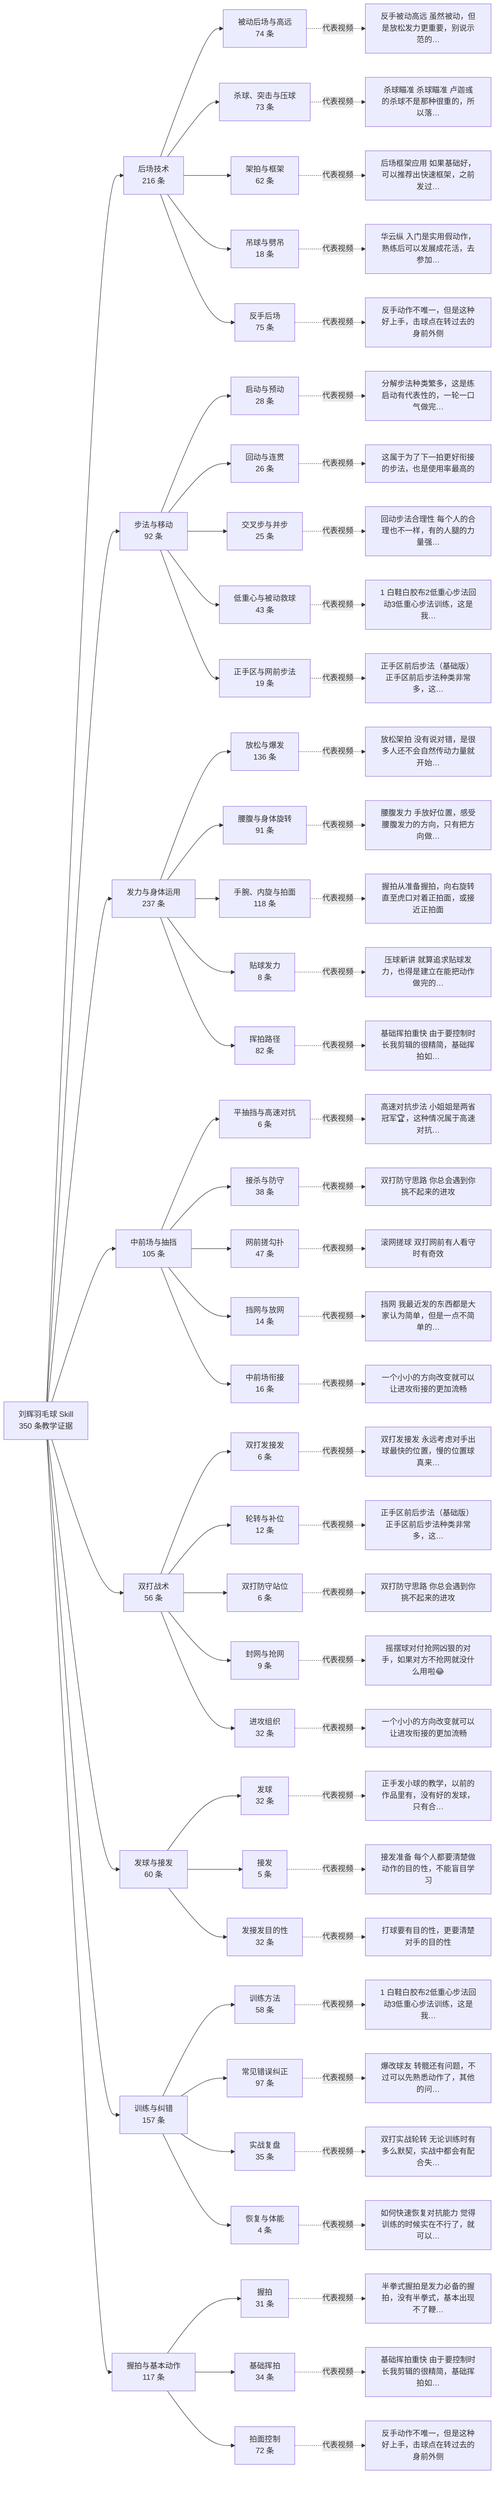
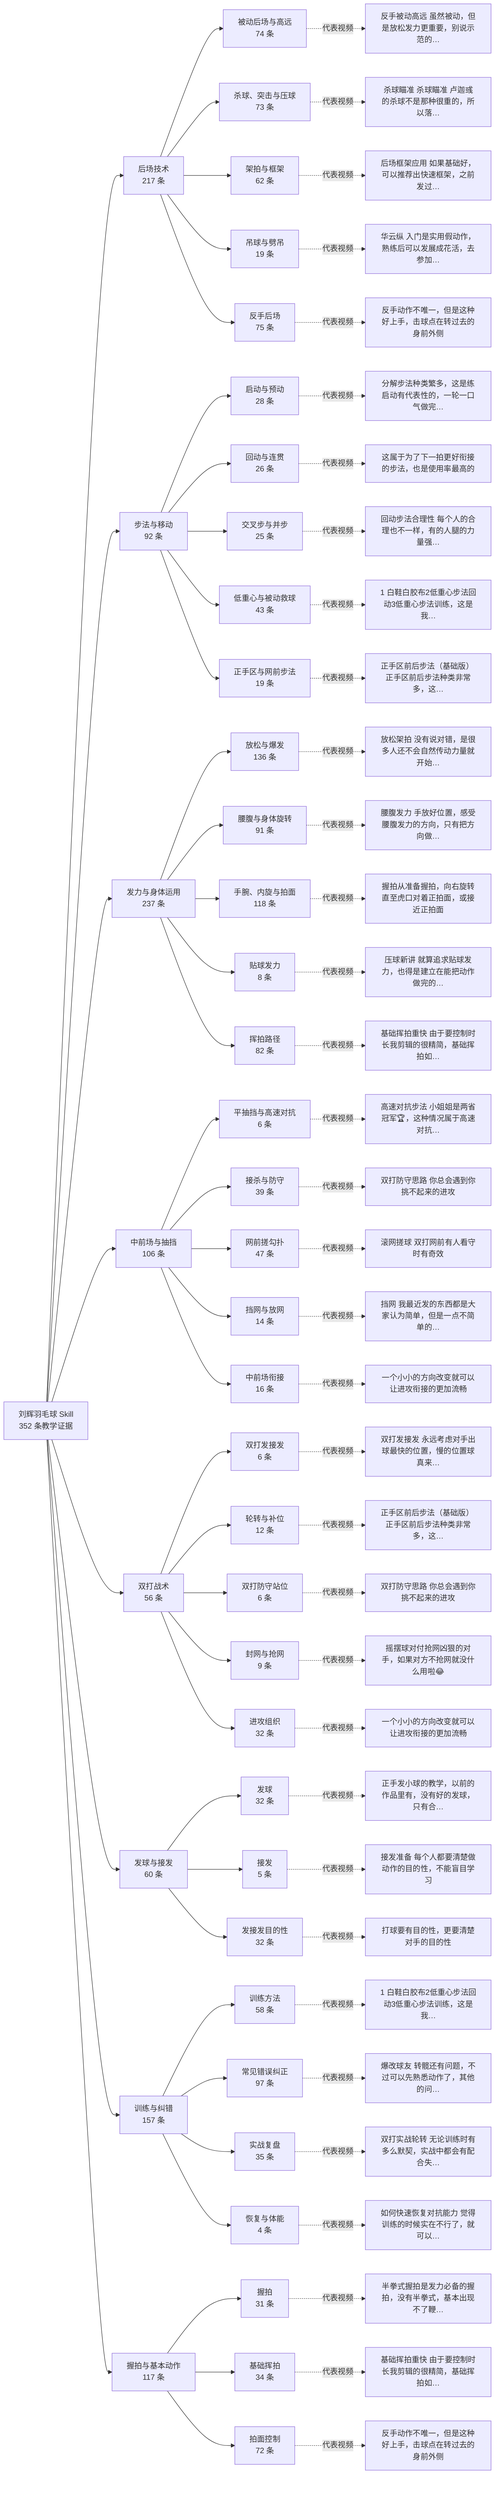
flowchart LR
-   root["刘辉羽毛球 Skill<br/>350 条教学证据"]
-   c0["后场技术<br/>216 条"]
+   root["刘辉羽毛球 Skill<br/>352 条教学证据"]
+   c0["后场技术<br/>217 条"]
  root --> c0
  s0_0["被动后场与高远<br/>74 条"]
  c0 --> s0_0
  v0_0["反手被动高远 虽然被动，但是放松发力更重要，别说示范的…"]
  s0_0 -.代表视频.-> v0_0
  s0_1["杀球、突击与压球<br/>73 条"]
  c0 --> s0_1
  v0_1["杀球瞄准 杀球瞄准 卢迦彧的杀球不是那种很重的，所以落…"]
  s0_1 -.代表视频.-> v0_1
  s0_2["架拍与框架<br/>62 条"]
  c0 --> s0_2
  v0_2["后场框架应用 如果基础好，可以推荐出快速框架，之前发过…"]
  s0_2 -.代表视频.-> v0_2
-   s0_3["吊球与劈吊<br/>18 条"]
+   s0_3["吊球与劈吊<br/>19 条"]
  c0 --> s0_3
  v0_3["华云纵 入门是实用假动作，熟练后可以发展成花活，去参加…"]
  s0_3 -.代表视频.-> v0_3
  s0_4["反手后场<br/>75 条"]
  c0 --> s0_4
  v0_4["反手动作不唯一，但是这种好上手，击球点在转过去的身前外侧"]
  s0_4 -.代表视频.-> v0_4
  c1["步法与移动<br/>92 条"]
  root --> c1
  s1_0["启动与预动<br/>28 条"]
  c1 --> s1_0
  v1_0["分解步法种类繁多，这是练启动有代表性的，一轮一口气做完…"]
  s1_0 -.代表视频.-> v1_0
  s1_1["回动与连贯<br/>26 条"]
  c1 --> s1_1
  v1_1["这属于为了下一拍更好衔接的步法，也是使用率最高的"]
  s1_1 -.代表视频.-> v1_1
  s1_2["交叉步与并步<br/>25 条"]
  c1 --> s1_2
  v1_2["回动步法合理性 每个人的合理也不一样，有的人腿的力量强…"]
  s1_2 -.代表视频.-> v1_2
  s1_3["低重心与被动救球<br/>43 条"]
  c1 --> s1_3
  v1_3["1 白鞋白胶布2低重心步法回动3低重心步法训练，这是我…"]
  s1_3 -.代表视频.-> v1_3
  s1_4["正手区与网前步法<br/>19 条"]
  c1 --> s1_4
  v1_4["正手区前后步法（基础版） 正手区前后步法种类非常多，这…"]
  s1_4 -.代表视频.-> v1_4
  c2["发力与身体运用<br/>237 条"]
  root --> c2
  s2_0["放松与爆发<br/>136 条"]
  c2 --> s2_0
  v2_0["放松架拍 没有说对错，是很多人还不会自然传动力量就开始…"]
  s2_0 -.代表视频.-> v2_0
  s2_1["腰腹与身体旋转<br/>91 条"]
  c2 --> s2_1
  v2_1["腰腹发力 手放好位置，感受腰腹发力的方向，只有把方向做…"]
  s2_1 -.代表视频.-> v2_1
  s2_2["手腕、内旋与拍面<br/>118 条"]
  c2 --> s2_2
  v2_2["握拍从准备握拍，向右旋转直至虎口对着正拍面，或接近正拍面"]
  s2_2 -.代表视频.-> v2_2
  s2_3["贴球发力<br/>8 条"]
  c2 --> s2_3
  v2_3["压球新讲 就算追求贴球发力，也得是建立在能把动作做完的…"]
  s2_3 -.代表视频.-> v2_3
  s2_4["挥拍路径<br/>82 条"]
  c2 --> s2_4
  v2_4["基础挥拍重快 由于要控制时长我剪辑的很精简，基础挥拍如…"]
  s2_4 -.代表视频.-> v2_4
-   c3["中前场与抽挡<br/>105 条"]
+   c3["中前场与抽挡<br/>106 条"]
  root --> c3
  s3_0["平抽挡与高速对抗<br/>6 条"]
  c3 --> s3_0
  v3_0["高速对抗步法 小姐姐是两省冠军🏆，这种情况属于高速对抗…"]
  s3_0 -.代表视频.-> v3_0
-   s3_1["接杀与防守<br/>38 条"]
+   s3_1["接杀与防守<br/>39 条"]
  c3 --> s3_1
  v3_1["双打防守思路 你总会遇到你挑不起来的进攻"]
  s3_1 -.代表视频.-> v3_1
  s3_2["网前搓勾扑<br/>47 条"]
  c3 --> s3_2
  v3_2["滚网搓球 双打网前有人看守时有奇效"]
  s3_2 -.代表视频.-> v3_2
  s3_3["挡网与放网<br/>14 条"]
  c3 --> s3_3
  v3_3["挡网 我最近发的东西都是大家认为简单，但是一点不简单的…"]
  s3_3 -.代表视频.-> v3_3
  s3_4["中前场衔接<br/>16 条"]
  c3 --> s3_4
  v3_4["一个小小的方向改变就可以让进攻衔接的更加流畅"]
  s3_4 -.代表视频.-> v3_4
  c4["双打战术<br/>56 条"]
  root --> c4
  s4_0["双打发接发<br/>6 条"]
  c4 --> s4_0
  v4_0["双打发接发 永远考虑对手出球最快的位置，慢的位置球真来…"]
  s4_0 -.代表视频.-> v4_0
  s4_1["轮转与补位<br/>12 条"]
  c4 --> s4_1
  v4_1["正手区前后步法（基础版） 正手区前后步法种类非常多，这…"]
  s4_1 -.代表视频.-> v4_1
  s4_2["双打防守站位<br/>6 条"]
  c4 --> s4_2
  v4_2["双打防守思路 你总会遇到你挑不起来的进攻"]
  s4_2 -.代表视频.-> v4_2
  s4_3["封网与抢网<br/>9 条"]
  c4 --> s4_3
  v4_3["摇摆球对付抢网凶狠的对手，如果对方不抢网就没什么用啦😂"]
  s4_3 -.代表视频.-> v4_3
  s4_4["进攻组织<br/>32 条"]
  c4 --> s4_4
  v4_4["一个小小的方向改变就可以让进攻衔接的更加流畅"]
  s4_4 -.代表视频.-> v4_4
  c5["发球与接发<br/>60 条"]
  root --> c5
  s5_0["发球<br/>32 条"]
  c5 --> s5_0
  v5_0["正手发小球的教学，以前的作品里有，没有好的发球，只有合…"]
  s5_0 -.代表视频.-> v5_0
  s5_1["接发<br/>5 条"]
  c5 --> s5_1
  v5_1["接发准备 每个人都要清楚做动作的目的性，不能盲目学习"]
  s5_1 -.代表视频.-> v5_1
  s5_2["发接发目的性<br/>32 条"]
  c5 --> s5_2
  v5_2["打球要有目的性，更要清楚对手的目的性"]
  s5_2 -.代表视频.-> v5_2
  c6["训练与纠错<br/>157 条"]
  root --> c6
  s6_0["训练方法<br/>58 条"]
  c6 --> s6_0
  v6_0["1 白鞋白胶布2低重心步法回动3低重心步法训练，这是我…"]
  s6_0 -.代表视频.-> v6_0
  s6_1["常见错误纠正<br/>97 条"]
  c6 --> s6_1
  v6_1["爆改球友 转髋还有问题，不过可以先熟悉动作了，其他的问…"]
  s6_1 -.代表视频.-> v6_1
  s6_2["实战复盘<br/>35 条"]
  c6 --> s6_2
  v6_2["双打实战轮转 无论训练时有多么默契，实战中都会有配合失…"]
  s6_2 -.代表视频.-> v6_2
  s6_3["恢复与体能<br/>4 条"]
  c6 --> s6_3
  v6_3["如何快速恢复对抗能力 觉得训练的时候实在不行了，就可以…"]
  s6_3 -.代表视频.-> v6_3
  c7["握拍与基本动作<br/>117 条"]
  root --> c7
  s7_0["握拍<br/>31 条"]
  c7 --> s7_0
  v7_0["半拳式握拍是发力必备的握拍，没有半拳式，基本出现不了鞭…"]
  s7_0 -.代表视频.-> v7_0
  s7_1["基础挥拍<br/>34 条"]
  c7 --> s7_1
  v7_1["基础挥拍重快 由于要控制时长我剪辑的很精简，基础挥拍如…"]
  s7_1 -.代表视频.-> v7_1
  s7_2["拍面控制<br/>72 条"]
  c7 --> s7_2
  v7_2["反手动作不唯一，但是这种好上手，击球点在转过去的身前外侧"]
  s7_2 -.代表视频.-> v7_2
